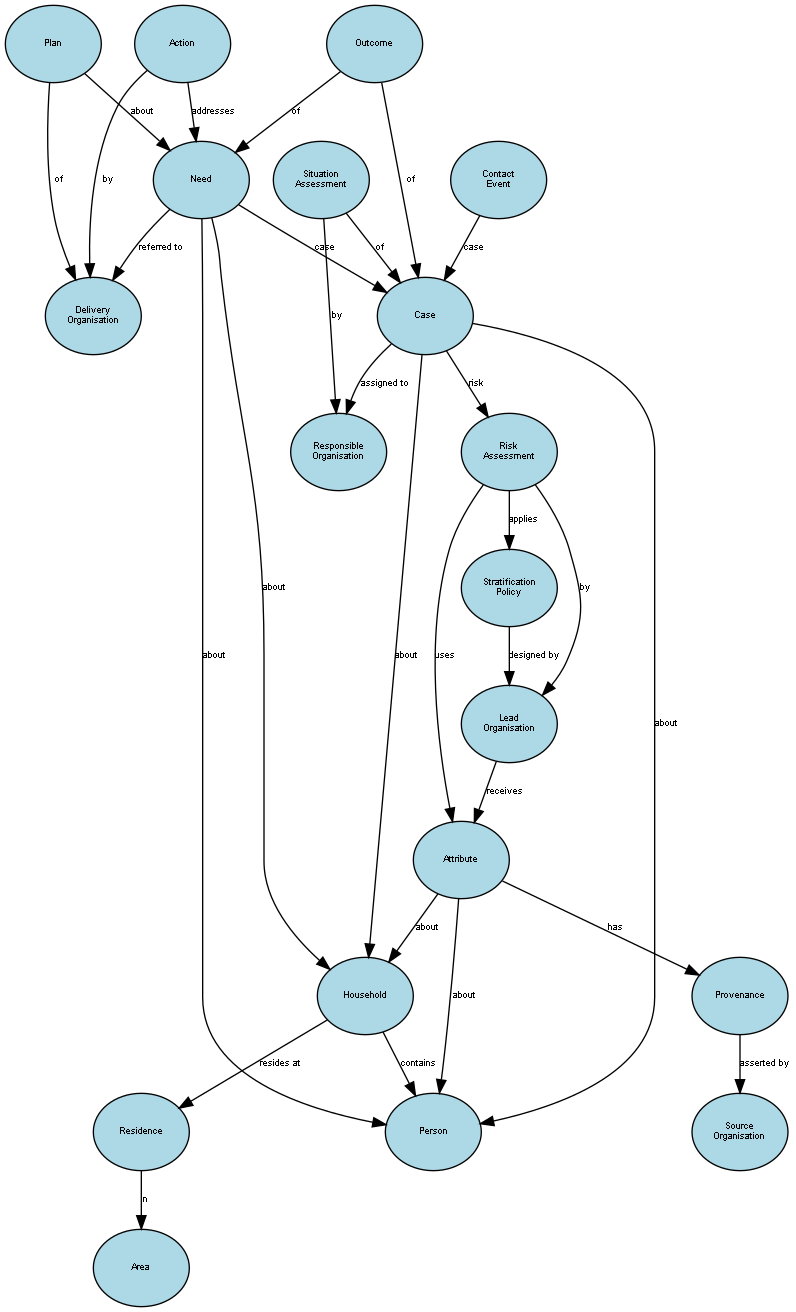
Earlier version of the Graphviz export graph_output/conceptModel.gv.png (PaulDav/ModelVisual). Its source is kept beside it as graph_output/conceptModel.gv.
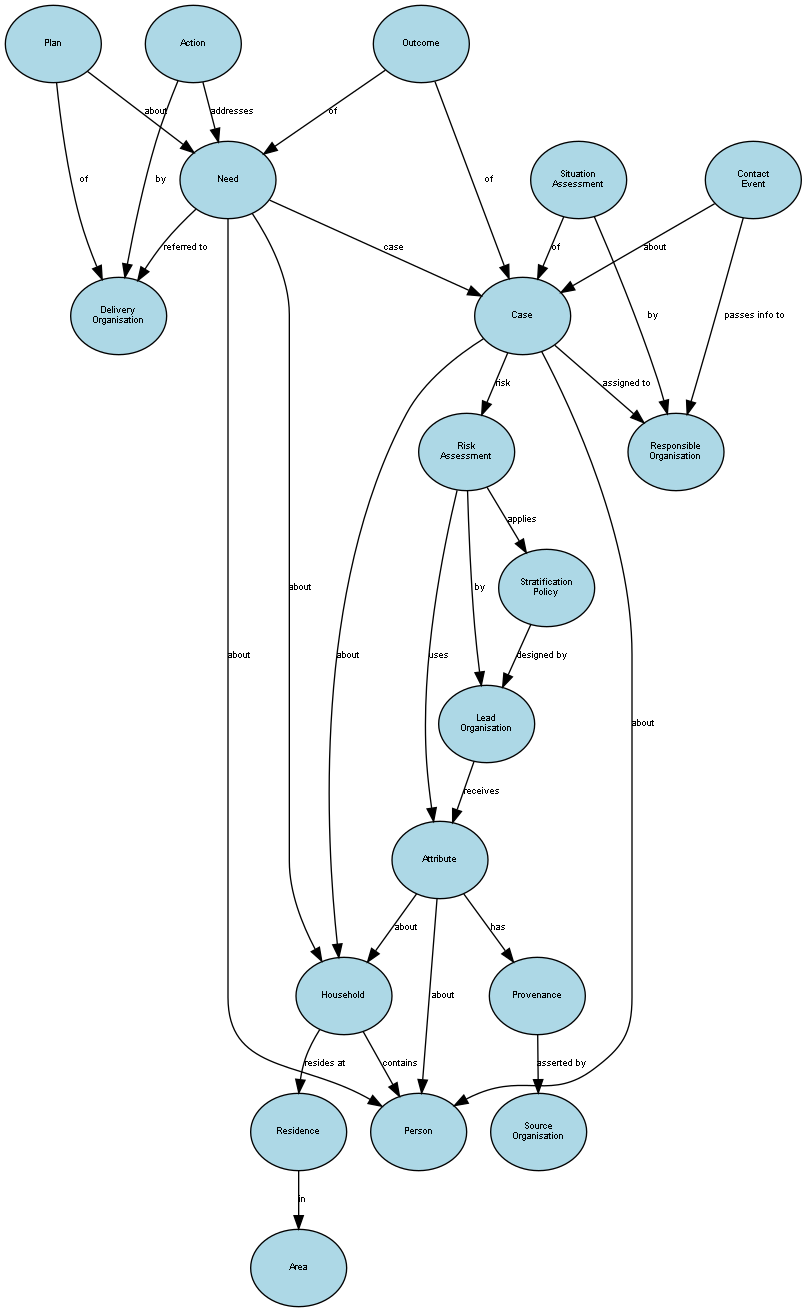
The same file after the commit.

Change to the diagram source:
```diff
@@ -30,7 +30,8 @@
 	Case -> Household [label=about]
 	Case -> RiskAssessment [label=risk]
 	Case -> ResponsibleOrganisation [label="assigned to"]
-	ContactEvent -> Case [label=case]
+	ContactEvent -> Case [label=about]
+	ContactEvent -> ResponsibleOrganisation [label="passes info to"]
 	Household -> Residence [label="resides at"]
 	Household -> Person [label=contains]
 	LeadOrganisation -> Attribute [label=receives]
```
